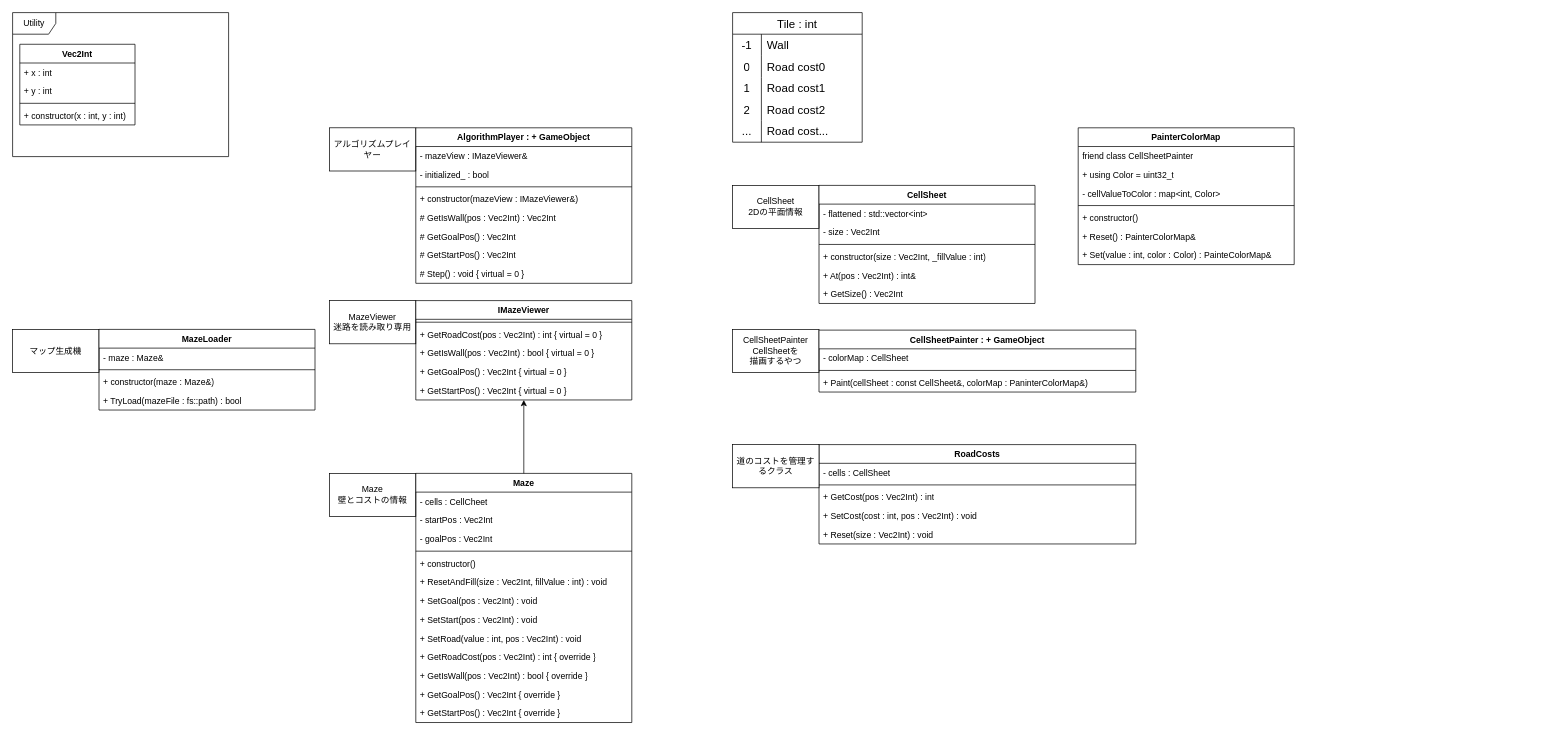
Earlier version of the draw.io diagram doc/アルゴシミュ仕様設計.drawio (3doriTea/ExploringAlgorithms). Source tidied: cells renumbered, new cells numbered last; positions are measured from the earlier drawing's top-left corner, leaving out a move shared by most shapes. Both pictures are drawn from the tidied source at 72%, with x=0, y=0 at pixel (12, 12).
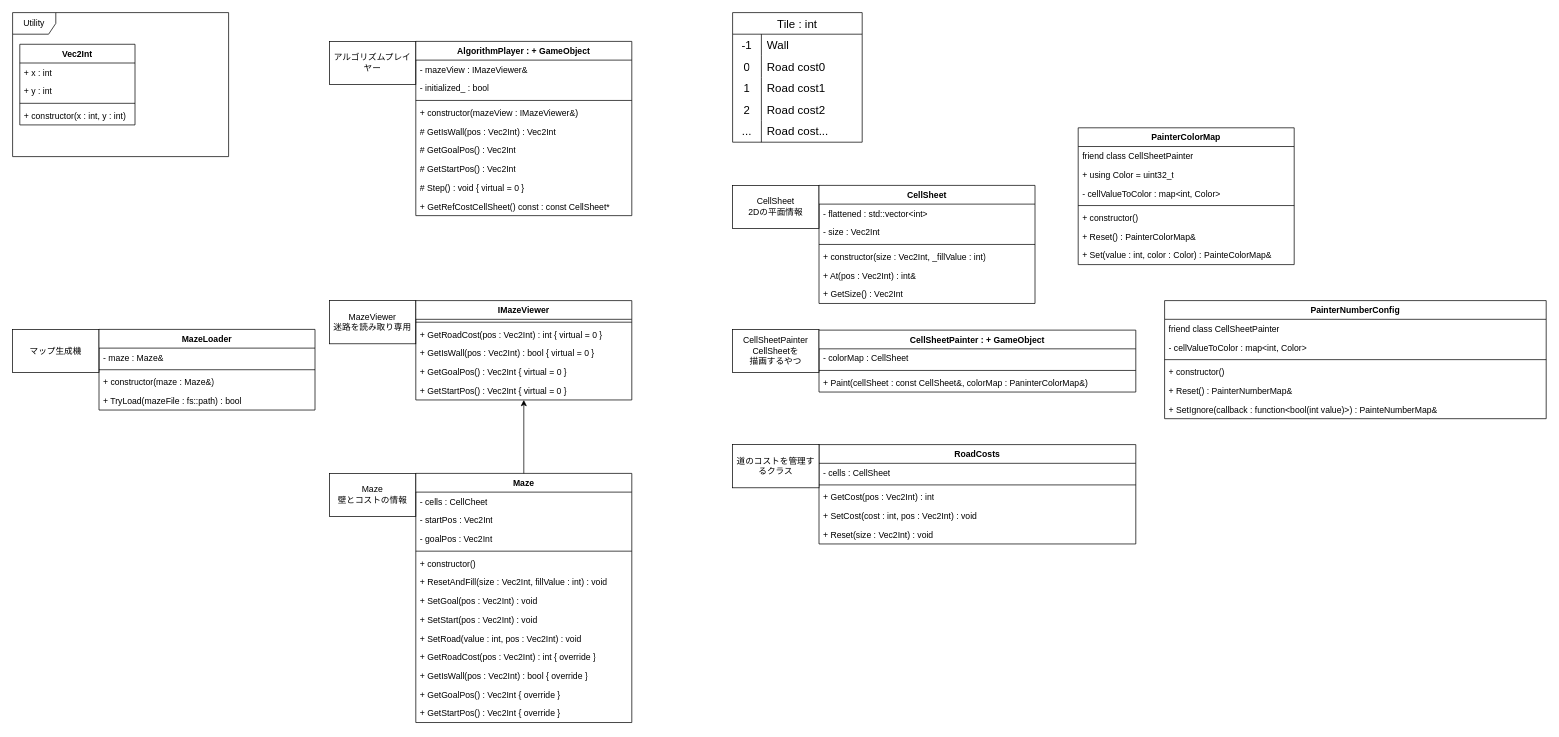
The same page after the edit.

Commit message:
アルゴシミュ仕様設計.drawio を更新します

The edit, as a diff of the source:
```diff
@@
     <mxCell id="2" value="アルゴリズムプレイヤー" style="rounded=0;whiteSpace=wrap;html=1;" parent="1" vertex="1">
-      <mxGeometry x="440" y="160" width="120" height="60" as="geometry" />
+      <mxGeometry x="440" y="40" width="120" height="60" as="geometry" />
     </mxCell>
     <mxCell id="3" value="AlgorithmPlayer : + GameObject" style="swimlane;fontStyle=1;align=center;verticalAlign=top;horizontal=1;startSize=26;whiteSpace=wrap;html=1;" parent="1" vertex="1">
-      <mxGeometry x="560" y="160" width="300" height="216" as="geometry" />
+      <mxGeometry x="560" y="40" width="300" height="242" as="geometry" />
     </mxCell>
@@
+    <mxCell id="91" value="+ GetRefCostCellSheet() const : const CellSheet*" style="text;strokeColor=none;fillColor=none;align=left;verticalAlign=top;spacingLeft=4;spacingRight=4;overflow=hidden;whiteSpace=wrap;html=1;" parent="3" vertex="1">
+      <mxGeometry y="216" width="300" height="26" as="geometry" />
+    </mxCell>
@@
+    <mxCell id="92" value="PainterNumberConfig&lt;div&gt;&lt;br&gt;&lt;/div&gt;" style="swimlane;fontStyle=1;align=center;verticalAlign=top;horizontal=1;startSize=26;whiteSpace=wrap;html=1;" parent="1" vertex="1">
+      <mxGeometry x="1600" y="400" width="530" height="164" as="geometry" />
+    </mxCell>
+    <mxCell id="93" value="friend class CellSheetPainter" style="text;strokeColor=none;fillColor=none;align=left;verticalAlign=top;spacingLeft=4;spacingRight=4;overflow=hidden;whiteSpace=wrap;html=1;" parent="92" vertex="1">
+      <mxGeometry y="26" width="530" height="26" as="geometry" />
+    </mxCell>
+    <mxCell id="94" value="- cellValueToColor : map&amp;lt;int, Color&amp;gt;" style="text;strokeColor=none;fillColor=none;align=left;verticalAlign=top;spacingLeft=4;spacingRight=4;overflow=hidden;whiteSpace=wrap;html=1;" parent="92" vertex="1">
+      <mxGeometry y="52" width="530" height="26" as="geometry" />
+    </mxCell>
+    <mxCell id="95" style="line;strokeWidth=1;fillColor=none;align=left;verticalAlign=middle;spacingTop=-1;spacingLeft=3;spacingRight=3;labelPosition=right;strokeColor=inherit;" parent="92" vertex="1">
+      <mxGeometry y="78" width="530" height="8" as="geometry" />
+    </mxCell>
+    <mxCell id="96" value="+ constructor()" style="text;strokeColor=none;fillColor=none;align=left;verticalAlign=top;spacingLeft=4;spacingRight=4;overflow=hidden;whiteSpace=wrap;html=1;" parent="92" vertex="1">
+      <mxGeometry y="86" width="530" height="26" as="geometry" />
+    </mxCell>
+    <mxCell id="97" value="+ Reset() : PainterNumberMap&amp;amp;" style="text;strokeColor=none;fillColor=none;align=left;verticalAlign=top;spacingLeft=4;spacingRight=4;overflow=hidden;whiteSpace=wrap;html=1;" parent="92" vertex="1">
+      <mxGeometry y="112" width="530" height="26" as="geometry" />
+    </mxCell>
+    <mxCell id="98" value="+ SetIgnore(callback : function&amp;lt;bool(int value)&amp;gt;) : PainteNumberMap&amp;amp;" style="text;strokeColor=none;fillColor=none;align=left;verticalAlign=top;spacingLeft=4;spacingRight=4;overflow=hidden;whiteSpace=wrap;html=1;" parent="92" vertex="1">
+      <mxGeometry y="138" width="530" height="26" as="geometry" />
+    </mxCell>
```
